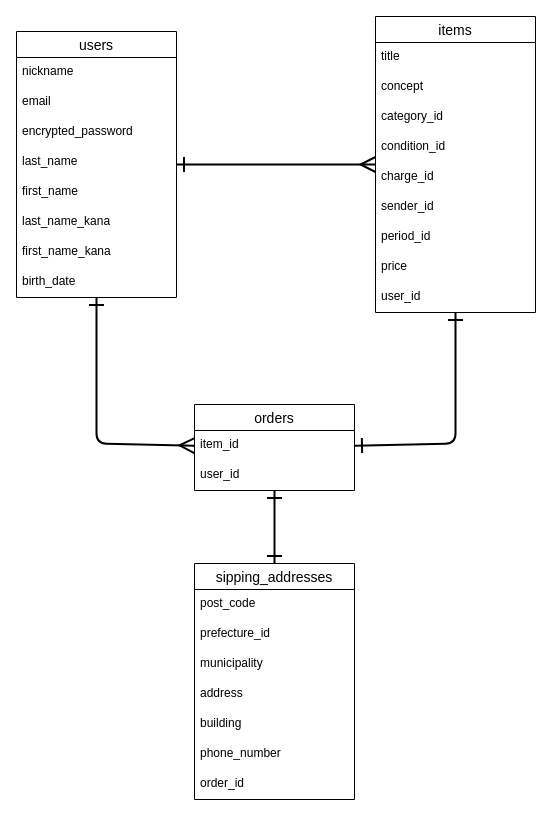
This is table.dio from takuro-miyaguchi/furima-38300, a draw.io file, before an edit. Source tidied: cells renumbered, new cells numbered last; positions are measured from the earlier drawing's top-left corner, leaving out a move shared by most shapes. Both pictures are drawn from the tidied source at 100%, with x=0, y=0 at pixel (16, 16).
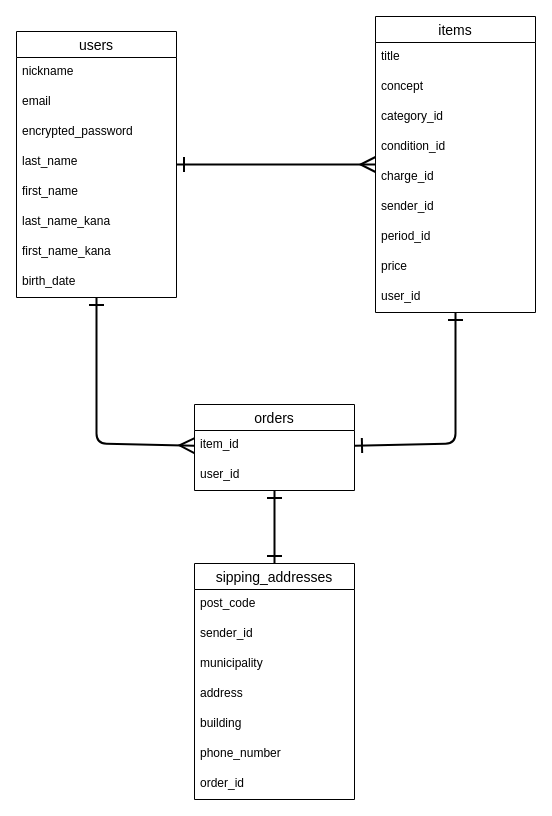
Above is the later version.

Unchanged cells that the change refers to:
```xml
<mxCell id="28" value="sipping_addresses" style="swimlane;fontStyle=0;horizontal=1;startSize=26;align=center;fontSize=14;" parent="1" vertex="1">
  <mxGeometry x="178" y="547" width="160" height="236" as="geometry" />
</mxCell>
```

Diff of the diagram source:
```diff
@@
-    <mxCell id="30" value="prefecture_id" style="text;strokeColor=none;fillColor=none;spacingLeft=4;spacingRight=4;overflow=hidden;fontSize=12;" parent="28" vertex="1">
+    <mxCell id="30" value="sender_id" style="text;strokeColor=none;fillColor=none;spacingLeft=4;spacingRight=4;overflow=hidden;fontSize=12;" parent="28" vertex="1">
       <mxGeometry y="56" width="160" height="30" as="geometry" />
     </mxCell>
```
